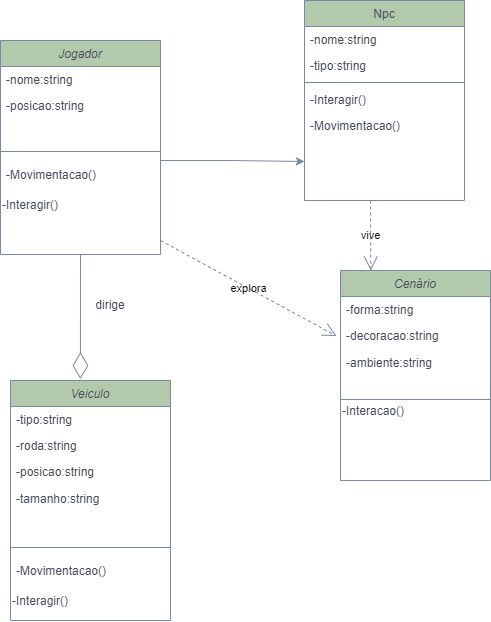
Before: diagrama musical.drawio.png, a diagram exported from draw.io (lucasnoelgb/2jdprojetomusica). Source tidied: cells renumbered, new cells last; positions are measured from the earlier drawing's top-left corner, leaving out a move shared by most shapes.
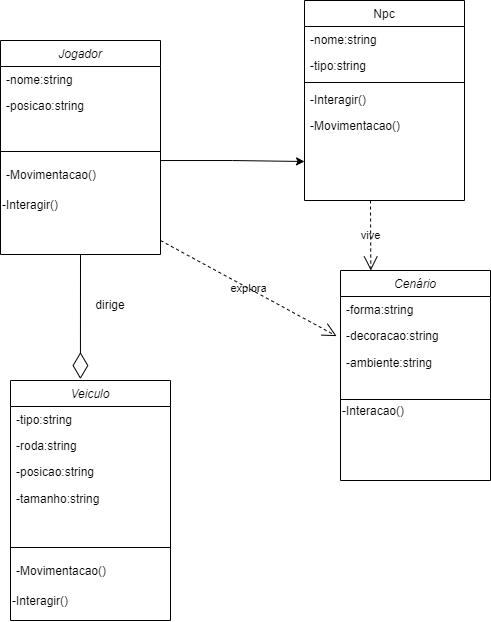
After the change.

Diff of the diagram source:
```diff
@@ -2,7 +2,7 @@
   <root>
     <mxCell id="0" />
     <mxCell id="1" parent="0" />
-    <mxCell id="2" style="edgeStyle=orthogonalEdgeStyle;rounded=0;jettySize=auto;html=1;labelBackgroundColor=none;fontColor=default;strokeColor=#788AA3;" parent="1" edge="1" source="3">
+    <mxCell id="2" style="edgeStyle=orthogonalEdgeStyle;rounded=0;jettySize=auto;html=1;labelBackgroundColor=none;fontColor=default;" parent="1" edge="1" source="3">
       <mxGeometry relative="1" as="geometry">
         <mxPoint x="304" y="160" as="targetPoint" />
         <Array as="points">
@@ -11,101 +11,101 @@
         </Array>
       </mxGeometry>
     </mxCell>
-    <mxCell id="3" value="Jogador" style="swimlane;fontStyle=2;align=center;verticalAlign=top;horizontal=1;startSize=26;rounded=0;shadow=0;strokeWidth=1;labelBackgroundColor=none;fillColor=#B2C9AB;strokeColor=#788AA3;fontColor=#46495D;" parent="1" vertex="1">
+    <mxCell id="3" value="Jogador" style="swimlane;fontStyle=2;align=center;verticalAlign=top;horizontal=1;startSize=26;rounded=0;shadow=0;strokeWidth=1;labelBackgroundColor=none;" parent="1" vertex="1">
       <mxGeometry y="40" width="160" height="214" as="geometry" />
     </mxCell>
-    <mxCell id="4" value="-nome:string&#10;" style="text;align=left;verticalAlign=top;spacingLeft=4;spacingRight=4;overflow=hidden;labelBackgroundColor=none;fontColor=#46495D;" parent="3" vertex="1">
+    <mxCell id="4" value="-nome:string&#10;" style="text;align=left;verticalAlign=top;spacingLeft=4;spacingRight=4;overflow=hidden;labelBackgroundColor=none;" parent="3" vertex="1">
       <mxGeometry y="26" width="160" height="26" as="geometry" />
     </mxCell>
-    <mxCell id="5" value="-posicao:string" style="text;align=left;verticalAlign=top;spacingLeft=4;spacingRight=4;overflow=hidden;rounded=0;shadow=0;html=0;labelBackgroundColor=none;fontColor=#46495D;" parent="3" vertex="1">
+    <mxCell id="5" value="-posicao:string" style="text;align=left;verticalAlign=top;spacingLeft=4;spacingRight=4;overflow=hidden;rounded=0;shadow=0;html=0;labelBackgroundColor=none;" parent="3" vertex="1">
       <mxGeometry y="52" width="160" height="26" as="geometry" />
     </mxCell>
-    <mxCell id="6" style="line;html=1;strokeWidth=1;align=left;verticalAlign=middle;spacingTop=-1;spacingLeft=3;spacingRight=3;labelPosition=right;labelBackgroundColor=none;fillColor=#B2C9AB;strokeColor=#788AA3;fontColor=#46495D;" parent="3" vertex="1">
+    <mxCell id="6" style="line;html=1;strokeWidth=1;align=left;verticalAlign=middle;spacingTop=-1;spacingLeft=3;spacingRight=3;labelPosition=right;labelBackgroundColor=none;" parent="3" vertex="1">
       <mxGeometry y="78" width="160" height="66" as="geometry" />
     </mxCell>
-    <mxCell id="7" value="-Movimentacao()" style="text;align=left;verticalAlign=bottom;spacingLeft=4;spacingRight=4;overflow=hidden;labelPosition=center;verticalLabelPosition=top;labelBackgroundColor=none;fontColor=#46495D;" parent="3" vertex="1">
+    <mxCell id="7" value="-Movimentacao()" style="text;align=left;verticalAlign=bottom;spacingLeft=4;spacingRight=4;overflow=hidden;labelPosition=center;verticalLabelPosition=top;labelBackgroundColor=none;" parent="3" vertex="1">
       <mxGeometry y="144" width="160" height="30" as="geometry" />
     </mxCell>
-    <mxCell id="8" value="-Interagir()" style="text;html=1;strokeColor=none;fillColor=none;align=left;verticalAlign=bottom;whiteSpace=wrap;rounded=0;labelPosition=center;verticalLabelPosition=top;labelBackgroundColor=none;fontColor=#46495D;" parent="3" vertex="1">
+    <mxCell id="8" value="-Interagir()" style="text;html=1;strokeColor=none;fillColor=none;align=left;verticalAlign=bottom;whiteSpace=wrap;rounded=0;labelPosition=center;verticalLabelPosition=top;labelBackgroundColor=none;" parent="3" vertex="1">
       <mxGeometry y="174" width="160" height="30" as="geometry" />
     </mxCell>
-    <mxCell id="9" value="Npc" style="swimlane;fontStyle=0;align=center;verticalAlign=top;horizontal=1;startSize=26;rounded=0;shadow=0;strokeWidth=1;labelBackgroundColor=none;fillColor=#B2C9AB;strokeColor=#788AA3;fontColor=#46495D;" parent="1" vertex="1">
+    <mxCell id="9" value="Npc" style="swimlane;fontStyle=0;align=center;verticalAlign=top;horizontal=1;startSize=26;rounded=0;shadow=0;strokeWidth=1;labelBackgroundColor=none;" parent="1" vertex="1">
       <mxGeometry x="304" width="160" height="200" as="geometry" />
     </mxCell>
-    <mxCell id="10" value="-nome:string&#10;" style="text;align=left;verticalAlign=top;spacingLeft=4;spacingRight=4;overflow=hidden;labelBackgroundColor=none;fontColor=#46495D;" parent="9" vertex="1">
+    <mxCell id="10" value="-nome:string&#10;" style="text;align=left;verticalAlign=top;spacingLeft=4;spacingRight=4;overflow=hidden;labelBackgroundColor=none;" parent="9" vertex="1">
       <mxGeometry y="26" width="160" height="26" as="geometry" />
     </mxCell>
-    <mxCell id="11" value="-tipo:string" style="text;align=left;verticalAlign=top;spacingLeft=4;spacingRight=4;overflow=hidden;rounded=0;shadow=0;html=0;labelBackgroundColor=none;fontColor=#46495D;" parent="9" vertex="1">
+    <mxCell id="11" value="-tipo:string" style="text;align=left;verticalAlign=top;spacingLeft=4;spacingRight=4;overflow=hidden;rounded=0;shadow=0;html=0;labelBackgroundColor=none;" parent="9" vertex="1">
       <mxGeometry y="52" width="160" height="26" as="geometry" />
     </mxCell>
-    <mxCell id="12" style="line;html=1;strokeWidth=1;align=left;verticalAlign=middle;spacingTop=-1;spacingLeft=3;spacingRight=3;labelPosition=right;labelBackgroundColor=none;fillColor=#B2C9AB;strokeColor=#788AA3;fontColor=#46495D;" parent="9" vertex="1">
+    <mxCell id="12" style="line;html=1;strokeWidth=1;align=left;verticalAlign=middle;spacingTop=-1;spacingLeft=3;spacingRight=3;labelPosition=right;labelBackgroundColor=none;" parent="9" vertex="1">
       <mxGeometry y="78" width="160" height="8" as="geometry" />
     </mxCell>
-    <mxCell id="13" value="-Interagir()" style="text;align=left;verticalAlign=top;spacingLeft=4;spacingRight=4;overflow=hidden;labelBackgroundColor=none;fontColor=#46495D;" parent="9" vertex="1">
+    <mxCell id="13" value="-Interagir()" style="text;align=left;verticalAlign=top;spacingLeft=4;spacingRight=4;overflow=hidden;labelBackgroundColor=none;" parent="9" vertex="1">
       <mxGeometry y="86" width="160" height="26" as="geometry" />
     </mxCell>
-    <mxCell id="14" value="-Movimentacao()" style="text;align=left;verticalAlign=top;spacingLeft=4;spacingRight=4;overflow=hidden;labelBackgroundColor=none;fontColor=#46495D;" parent="9" vertex="1">
+    <mxCell id="14" value="-Movimentacao()" style="text;align=left;verticalAlign=top;spacingLeft=4;spacingRight=4;overflow=hidden;labelBackgroundColor=none;" parent="9" vertex="1">
       <mxGeometry y="112" width="160" height="26" as="geometry" />
     </mxCell>
-    <mxCell id="15" value="Cenário" style="swimlane;fontStyle=2;align=center;verticalAlign=top;horizontal=1;startSize=26;rounded=0;shadow=0;strokeWidth=1;labelBackgroundColor=none;fillColor=#B2C9AB;strokeColor=#788AA3;fontColor=#46495D;" parent="1" vertex="1">
+    <mxCell id="15" value="Cenário" style="swimlane;fontStyle=2;align=center;verticalAlign=top;horizontal=1;startSize=26;rounded=0;shadow=0;strokeWidth=1;labelBackgroundColor=none;" parent="1" vertex="1">
       <mxGeometry x="340" y="270" width="150" height="210" as="geometry" />
     </mxCell>
-    <mxCell id="16" value="-forma:string" style="text;align=left;verticalAlign=top;spacingLeft=4;spacingRight=4;overflow=hidden;labelBackgroundColor=none;fontColor=#46495D;" parent="15" vertex="1">
+    <mxCell id="16" value="-forma:string" style="text;align=left;verticalAlign=top;spacingLeft=4;spacingRight=4;overflow=hidden;labelBackgroundColor=none;" parent="15" vertex="1">
       <mxGeometry y="26" width="150" height="26" as="geometry" />
     </mxCell>
-    <mxCell id="17" value="-decoracao:string " style="text;align=left;verticalAlign=top;spacingLeft=4;spacingRight=4;overflow=hidden;points=[[0,0.5],[1,0.5]];portConstraint=eastwest;rounded=0;shadow=0;html=0;labelBackgroundColor=none;fontColor=#46495D;" parent="15" vertex="1">
+    <mxCell id="17" value="-decoracao:string " style="text;align=left;verticalAlign=top;spacingLeft=4;spacingRight=4;overflow=hidden;points=[[0,0.5],[1,0.5]];portConstraint=eastwest;rounded=0;shadow=0;html=0;labelBackgroundColor=none;" parent="15" vertex="1">
       <mxGeometry y="52" width="150" height="26" as="geometry" />
     </mxCell>
-    <mxCell id="18" value="-ambiente:string" style="text;html=1;align=left;verticalAlign=middle;strokeColor=none;fillColor=none;spacingLeft=4;labelBackgroundColor=none;fontColor=#46495D;" parent="15" vertex="1">
+    <mxCell id="18" value="-ambiente:string" style="text;html=1;align=left;verticalAlign=middle;strokeColor=none;fillColor=none;spacingLeft=4;labelBackgroundColor=none;" parent="15" vertex="1">
       <mxGeometry y="78" width="150" height="30" as="geometry" />
     </mxCell>
-    <mxCell id="19" style="edgeStyle=orthogonalEdgeStyle;rounded=0;orthogonalLoop=1;jettySize=auto;html=1;exitX=0.5;exitY=1;exitDx=0;exitDy=0;labelBackgroundColor=none;fontColor=default;strokeColor=#788AA3;" parent="15" edge="1" source="21" target="21">
+    <mxCell id="19" style="edgeStyle=orthogonalEdgeStyle;rounded=0;orthogonalLoop=1;jettySize=auto;html=1;exitX=0.5;exitY=1;exitDx=0;exitDy=0;labelBackgroundColor=none;fontColor=default;" parent="15" edge="1" source="21" target="21">
       <mxGeometry relative="1" as="geometry" />
     </mxCell>
-    <mxCell id="20" style="line;html=1;strokeWidth=1;align=left;verticalAlign=middle;spacingTop=-1;spacingLeft=3;spacingRight=3;labelPosition=right;labelBackgroundColor=none;fillColor=#B2C9AB;strokeColor=#788AA3;fontColor=#46495D;" parent="15" vertex="1">
+    <mxCell id="20" style="line;html=1;strokeWidth=1;align=left;verticalAlign=middle;spacingTop=-1;spacingLeft=3;spacingRight=3;labelPosition=right;labelBackgroundColor=none;" parent="15" vertex="1">
       <mxGeometry y="108" width="150" height="42" as="geometry" />
     </mxCell>
-    <mxCell id="21" value="-Interacao()" style="text;html=1;strokeColor=none;fillColor=none;align=left;verticalAlign=bottom;whiteSpace=wrap;rounded=0;horizontal=1;labelPosition=center;verticalLabelPosition=top;labelBackgroundColor=none;fontColor=#46495D;" parent="15" vertex="1">
+    <mxCell id="21" value="-Interacao()" style="text;html=1;strokeColor=none;fillColor=none;align=left;verticalAlign=bottom;whiteSpace=wrap;rounded=0;horizontal=1;labelPosition=center;verticalLabelPosition=top;labelBackgroundColor=none;" parent="15" vertex="1">
       <mxGeometry y="150" width="150" height="30" as="geometry" />
     </mxCell>
-    <mxCell id="22" value="Veiculo" style="swimlane;fontStyle=2;align=center;verticalAlign=top;horizontal=1;startSize=26;rounded=0;shadow=0;strokeWidth=1;labelBackgroundColor=none;fillColor=#B2C9AB;strokeColor=#788AA3;fontColor=#46495D;" parent="1" vertex="1">
+    <mxCell id="22" value="Veiculo" style="swimlane;fontStyle=2;align=center;verticalAlign=top;horizontal=1;startSize=26;rounded=0;shadow=0;strokeWidth=1;labelBackgroundColor=none;" parent="1" vertex="1">
       <mxGeometry x="10" y="380" width="160" height="240" as="geometry" />
     </mxCell>
-    <mxCell id="23" value="-tipo:string" style="text;align=left;verticalAlign=top;spacingLeft=4;spacingRight=4;overflow=hidden;labelBackgroundColor=none;fontColor=#46495D;" parent="22" vertex="1">
+    <mxCell id="23" value="-tipo:string" style="text;align=left;verticalAlign=top;spacingLeft=4;spacingRight=4;overflow=hidden;labelBackgroundColor=none;" parent="22" vertex="1">
       <mxGeometry y="26" width="160" height="26" as="geometry" />
     </mxCell>
-    <mxCell id="24" value="-roda:string" style="text;align=left;verticalAlign=top;spacingLeft=4;spacingRight=4;overflow=hidden;rounded=0;shadow=0;html=0;labelBackgroundColor=none;fontColor=#46495D;" parent="22" vertex="1">
+    <mxCell id="24" value="-roda:string" style="text;align=left;verticalAlign=top;spacingLeft=4;spacingRight=4;overflow=hidden;rounded=0;shadow=0;html=0;labelBackgroundColor=none;" parent="22" vertex="1">
       <mxGeometry y="52" width="160" height="26" as="geometry" />
     </mxCell>
-    <mxCell id="25" value="-posicao:string" style="text;align=left;verticalAlign=top;spacingLeft=4;spacingRight=4;overflow=hidden;rounded=0;shadow=0;html=0;labelBackgroundColor=none;fontColor=#46495D;" parent="22" vertex="1">
+    <mxCell id="25" value="-posicao:string" style="text;align=left;verticalAlign=top;spacingLeft=4;spacingRight=4;overflow=hidden;rounded=0;shadow=0;html=0;labelBackgroundColor=none;" parent="22" vertex="1">
       <mxGeometry y="78" width="160" height="26" as="geometry" />
     </mxCell>
-    <mxCell id="26" value="-tamanho:string" style="text;html=1;align=left;verticalAlign=middle;strokeColor=none;fillColor=none;spacingLeft=4;labelBackgroundColor=none;fontColor=#46495D;" parent="22" vertex="1">
+    <mxCell id="26" value="-tamanho:string" style="text;html=1;align=left;verticalAlign=middle;strokeColor=none;fillColor=none;spacingLeft=4;labelBackgroundColor=none;" parent="22" vertex="1">
       <mxGeometry y="104" width="160" height="30" as="geometry" />
     </mxCell>
-    <mxCell id="27" style="line;html=1;strokeWidth=1;align=left;verticalAlign=middle;spacingTop=-1;spacingLeft=3;spacingRight=3;labelPosition=right;labelBackgroundColor=none;fillColor=#B2C9AB;strokeColor=#788AA3;fontColor=#46495D;" parent="22" vertex="1">
+    <mxCell id="27" style="line;html=1;strokeWidth=1;align=left;verticalAlign=middle;spacingTop=-1;spacingLeft=3;spacingRight=3;labelPosition=right;labelBackgroundColor=none;" parent="22" vertex="1">
       <mxGeometry y="134" width="160" height="66" as="geometry" />
     </mxCell>
-    <mxCell id="28" value="-Movimentacao()" style="text;align=left;verticalAlign=bottom;spacingLeft=4;spacingRight=4;overflow=hidden;labelPosition=center;verticalLabelPosition=top;labelBackgroundColor=none;fontColor=#46495D;" parent="22" vertex="1">
+    <mxCell id="28" value="-Movimentacao()" style="text;align=left;verticalAlign=bottom;spacingLeft=4;spacingRight=4;overflow=hidden;labelPosition=center;verticalLabelPosition=top;labelBackgroundColor=none;" parent="22" vertex="1">
       <mxGeometry y="200" width="160" height="30" as="geometry" />
     </mxCell>
-    <mxCell id="29" value="-Interagir()" style="text;html=1;strokeColor=none;fillColor=none;align=left;verticalAlign=bottom;whiteSpace=wrap;rounded=0;labelPosition=center;verticalLabelPosition=top;labelBackgroundColor=none;fontColor=#46495D;" parent="22" vertex="1">
+    <mxCell id="29" value="-Interagir()" style="text;html=1;strokeColor=none;fillColor=none;align=left;verticalAlign=bottom;whiteSpace=wrap;rounded=0;labelPosition=center;verticalLabelPosition=top;labelBackgroundColor=none;" parent="22" vertex="1">
       <mxGeometry y="230" width="160" height="10" as="geometry" />
     </mxCell>
-    <mxCell id="30" value="dirige" style="text;html=1;strokeColor=none;fillColor=none;align=center;verticalAlign=middle;whiteSpace=wrap;rounded=0;labelBackgroundColor=none;fontColor=#46495D;" parent="1" vertex="1">
+    <mxCell id="30" value="dirige" style="text;html=1;strokeColor=none;fillColor=none;align=center;verticalAlign=middle;whiteSpace=wrap;rounded=0;labelBackgroundColor=none;" parent="1" vertex="1">
       <mxGeometry x="80" y="290" width="60" height="30" as="geometry" />
     </mxCell>
-    <mxCell id="31" value="explora" style="endArrow=open;endSize=12;dashed=1;html=1;rounded=0;entryX=-0.026;entryY=0.524;entryDx=0;entryDy=0;entryPerimeter=0;labelBackgroundColor=none;fontColor=default;strokeColor=#788AA3;" parent="1" edge="1" target="17">
+    <mxCell id="31" value="explora" style="endArrow=open;endSize=12;dashed=1;html=1;rounded=0;entryX=-0.026;entryY=0.524;entryDx=0;entryDy=0;entryPerimeter=0;labelBackgroundColor=none;fontColor=default;" parent="1" edge="1" target="17">
       <mxGeometry relative="1" as="geometry">
         <mxPoint x="160" y="240" as="sourcePoint" />
       </mxGeometry>
     </mxCell>
-    <mxCell id="32" value="vive" style="endArrow=open;endSize=12;dashed=1;html=1;rounded=0;entryX=0.202;entryY=0;entryDx=0;entryDy=0;entryPerimeter=0;labelBackgroundColor=none;fontColor=default;strokeColor=#788AA3;" parent="1" edge="1" target="15">
+    <mxCell id="32" value="vive" style="endArrow=open;endSize=12;dashed=1;html=1;rounded=0;entryX=0.202;entryY=0;entryDx=0;entryDy=0;entryPerimeter=0;labelBackgroundColor=none;fontColor=default;" parent="1" edge="1" target="15">
       <mxGeometry x="0.01" relative="1" as="geometry">
         <mxPoint x="370" y="200" as="sourcePoint" />
       </mxGeometry>
     </mxCell>
-    <mxCell id="33" style="endArrow=diamondThin;endFill=0;endSize=24;html=1;rounded=0;entryX=0.437;entryY=-0.006;entryDx=0;entryDy=0;entryPerimeter=0;exitX=0.5;exitY=1;exitDx=0;exitDy=0;labelBackgroundColor=none;fontColor=default;strokeColor=#788AA3;" parent="1" edge="1" source="3" target="22">
+    <mxCell id="33" style="endArrow=diamondThin;endFill=0;endSize=24;html=1;rounded=0;entryX=0.437;entryY=-0.006;entryDx=0;entryDy=0;entryPerimeter=0;exitX=0.5;exitY=1;exitDx=0;exitDy=0;labelBackgroundColor=none;fontColor=default;" parent="1" edge="1" source="3" target="22">
       <mxGeometry relative="1" as="geometry" />
     </mxCell>
   </root>
```
